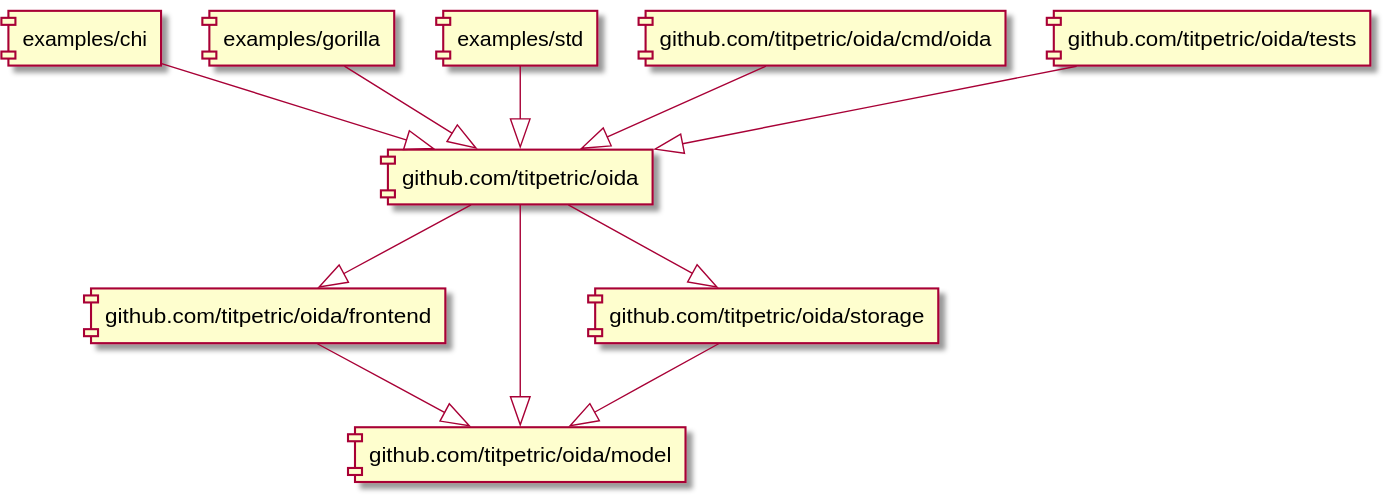
Before: docs/assets/imports.svg, a diagram exported from PlantUML (titpetric/oida).
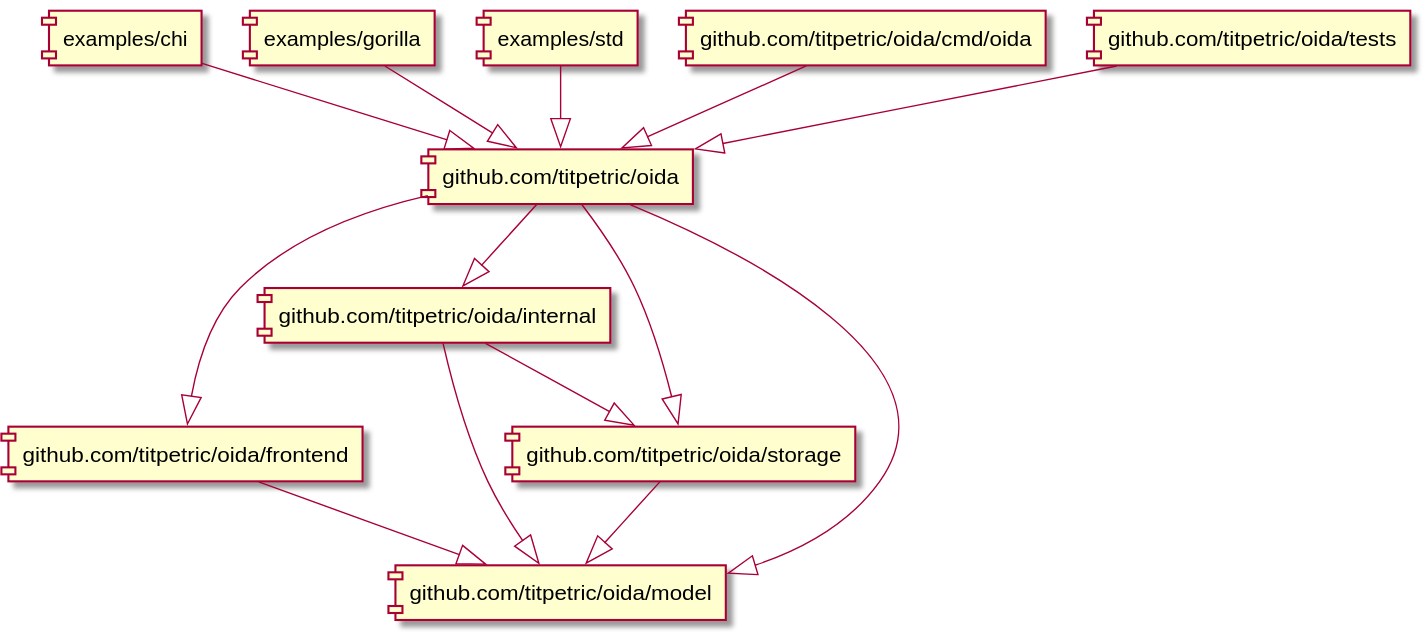
Later version of the same file.

Change to the diagram source:
```diff
@@ -3,10 +3,13 @@
 [examples/gorilla] --|> [github.com/titpetric/oida]
 [examples/std] --|> [github.com/titpetric/oida]
 [github.com/titpetric/oida] --|> [github.com/titpetric/oida/frontend]
+[github.com/titpetric/oida] --|> [github.com/titpetric/oida/internal]
 [github.com/titpetric/oida] --|> [github.com/titpetric/oida/model]
 [github.com/titpetric/oida] --|> [github.com/titpetric/oida/storage]
 [github.com/titpetric/oida/cmd/oida] --|> [github.com/titpetric/oida]
 [github.com/titpetric/oida/frontend] --|> [github.com/titpetric/oida/model]
+[github.com/titpetric/oida/internal] --|> [github.com/titpetric/oida/model]
+[github.com/titpetric/oida/internal] --|> [github.com/titpetric/oida/storage]
 [github.com/titpetric/oida/storage] --|> [github.com/titpetric/oida/model]
 [github.com/titpetric/oida/tests] --|> [github.com/titpetric/oida]
 @enduml
```
